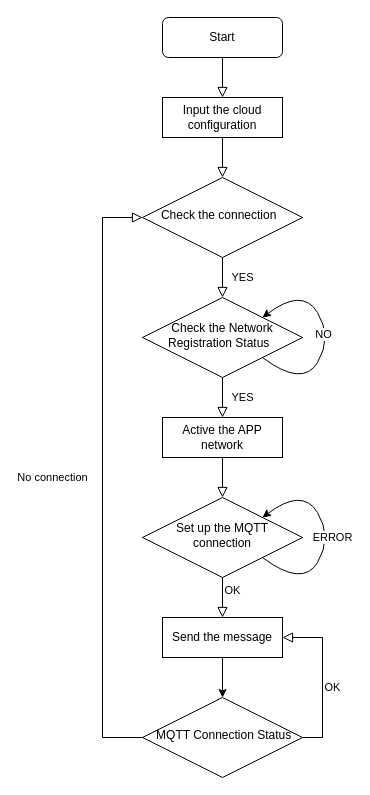
This is NB_IoT.drawio from K2ayzz/ForDrawIO, a draw.io file, before an edit. Source tidied: cells renumbered, new cells numbered last; positions are measured from the earlier drawing's top-left corner, leaving out a move shared by most shapes. Both pictures are drawn from the tidied source at 100%, with x=0, y=0 at pixel (102, 17).
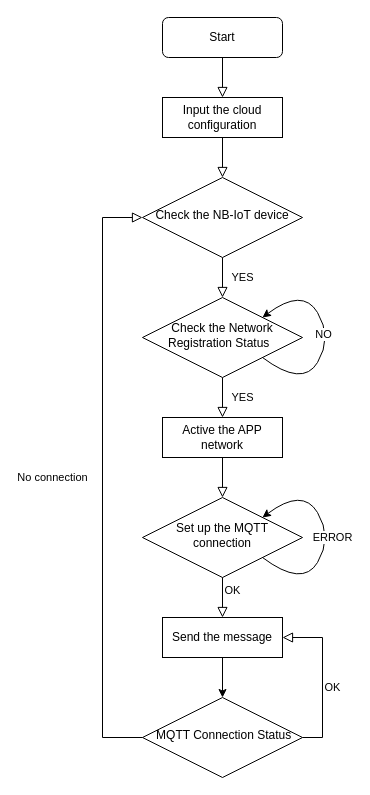
Above is the later version.

Commit message (it also covers changes not shown here):
Cập nhật NB_IoT.drawio

What changed in the source:
```diff
@@
-    <mxCell id="14" value="Check the connection&amp;nbsp;&amp;nbsp;" style="rhombus;whiteSpace=wrap;html=1;shadow=0;fontFamily=Helvetica;fontSize=12;align=center;strokeWidth=1;spacing=6;spacingTop=-4;" parent="1" vertex="1">
+    <mxCell id="14" value="Check the NB-IoT device" style="rhombus;whiteSpace=wrap;html=1;shadow=0;fontFamily=Helvetica;fontSize=12;align=center;strokeWidth=1;spacing=6;spacingTop=-4;" parent="1" vertex="1">
       <mxGeometry x="40" y="160" width="160" height="80" as="geometry" />
     </mxCell>
```
